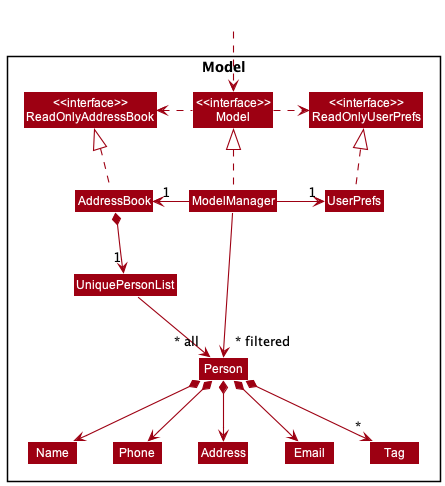
Earlier version of the PlantUML export docs/images/ModelClassDiagram.png (nus-cs2103-AY2223S1/tp).
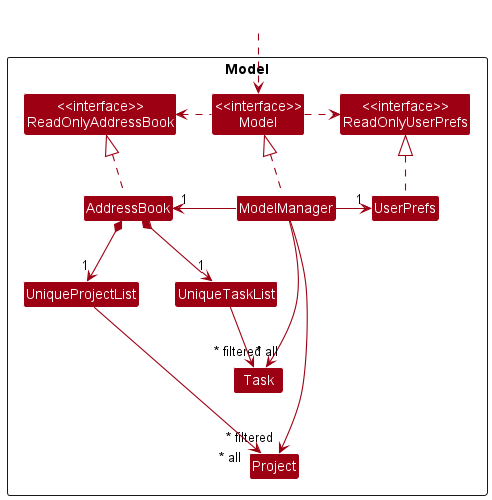
The same file after the commit.

Commit message:
Update the model component section of the developers guide

What changed in the source:
```diff
@@ -12,13 +12,11 @@
 Class ModelManager
 Class UserPrefs
 
-Class UniquePersonList
-Class Person
-Class Address
-Class Email
-Class Name
-Class Phone
-Class Tag
+Class UniqueProjectList
+Class Project
+
+Class UniqueTaskList
+Class Task
 
 }
 
@@ -34,17 +32,13 @@
 ModelManager -right-> "1" UserPrefs
 UserPrefs .up.|> ReadOnlyUserPrefs
 
-AddressBook *--> "1" UniquePersonList
-UniquePersonList --> "~* all" Person
-Person *--> Name
-Person *--> Phone
-Person *--> Email
-Person *--> Address
-Person *--> "*" Tag
+ModelManager ---->"~* filtered" Project
+ModelManager --->"~* filtered" Task
 
-Name -[hidden]right-> Phone
-Phone -[hidden]right-> Address
-Address -[hidden]right-> Email
+AddressBook *--> "1" UniqueProjectList
+UniqueProjectList ---> "~* all" Project
 
-ModelManager -->"~* filtered" Person
+AddressBook *--> "1" UniqueTaskList
+UniqueTaskList --> "~* all" Task
+
 @enduml
```
